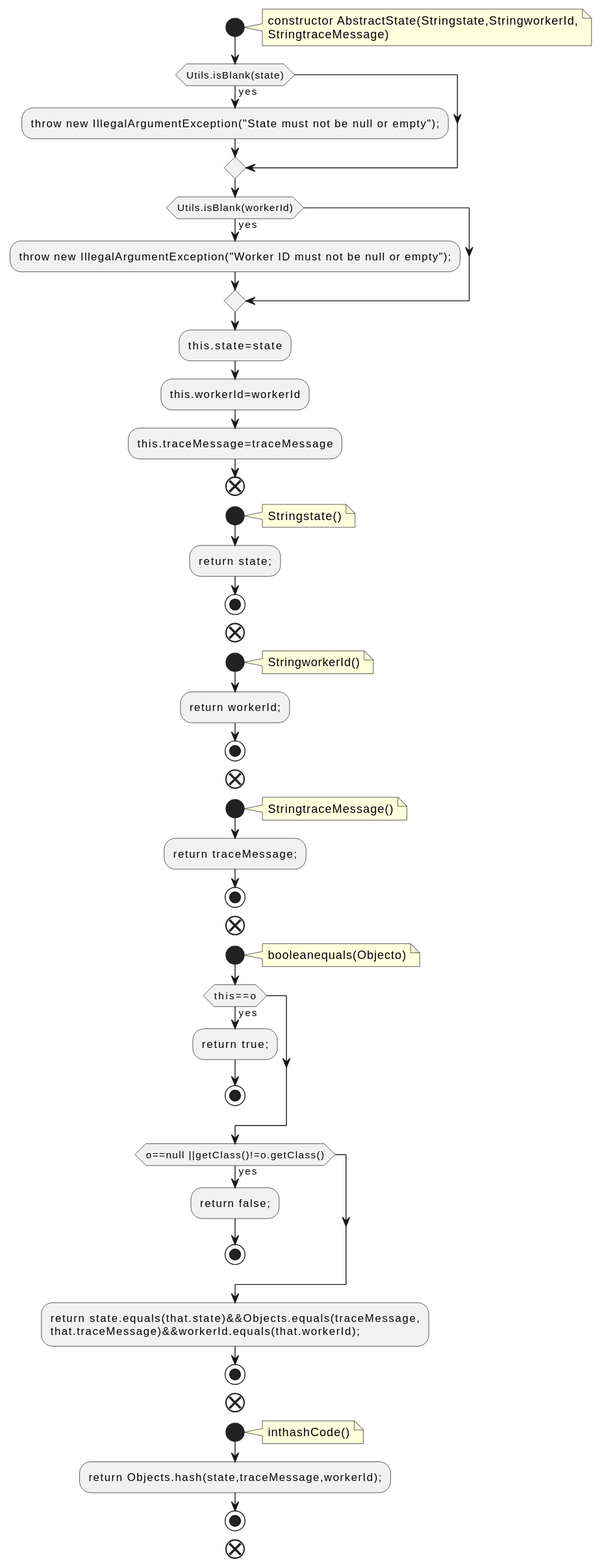
The PlantUML diagram docs/qc/connect/api/src/main/java/org/apache/kafka/connect/health/AbstractState.java.fct.svg in qualitesys/kafka, before a commit.
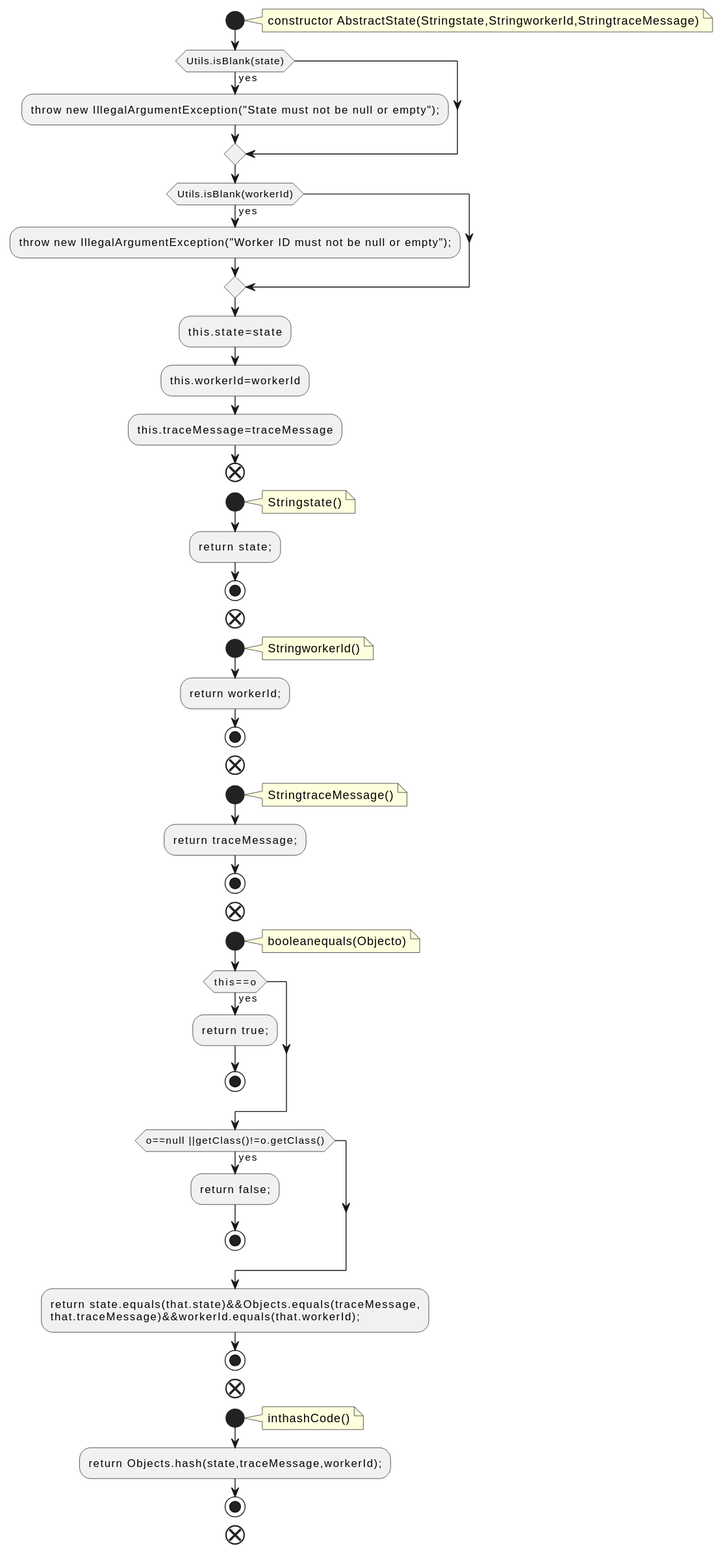
The same diagram one commit later.

Diff of the diagram source:
```diff
@@ -2,8 +2,7 @@
 !pragma layout smetana
 start
 note right
-constructor AbstractState(Stringstate,StringworkerId,
-StringtraceMessage)
+constructor AbstractState(Stringstate,StringworkerId,StringtraceMessage)
 end note
 if (Utils.isBlank(state)) then (yes)
 :throw new IllegalArgumentException("State must not be null or empty");;
```
